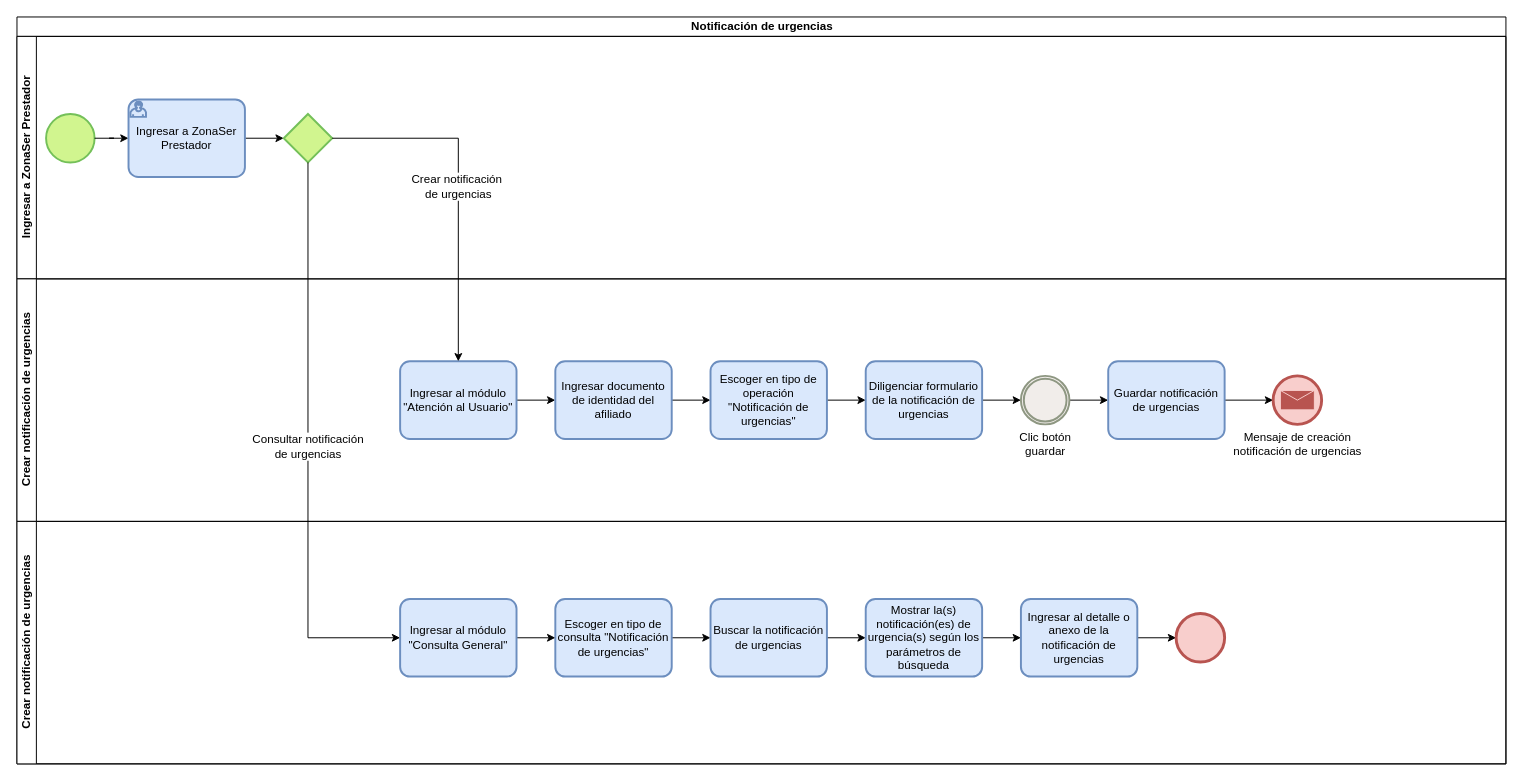
Earlier version of the draw.io diagram Notificacion_urgencias.drawio (kevinjporto/Diagramas-de-procesos). Source tidied: cells renumbered, new cells numbered last; positions are measured from the earlier drawing's top-left corner, leaving out a move shared by most shapes. Both pictures are drawn from the tidied source at 97%, with x=0, y=0 at pixel (16, 16).
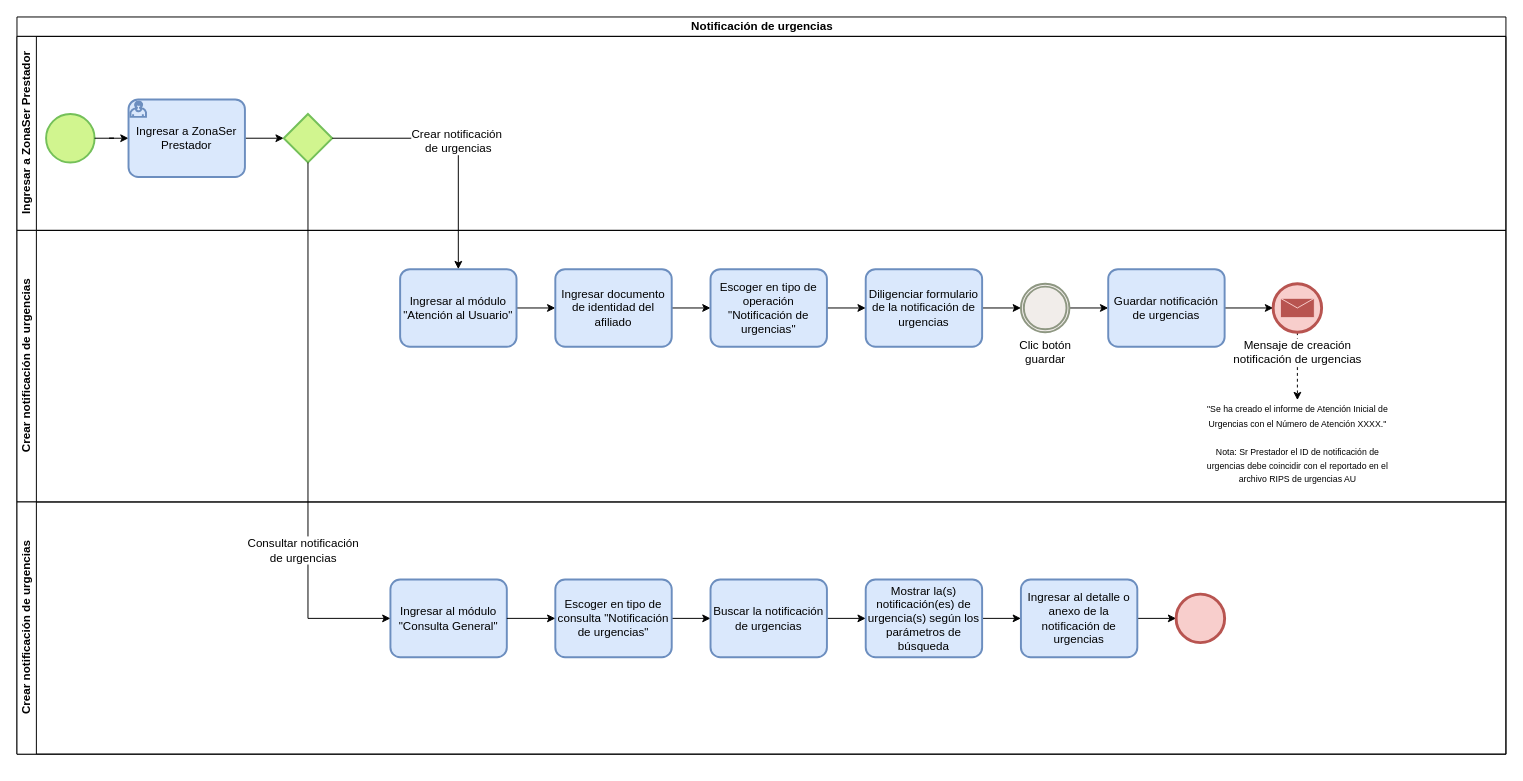
The same page after the edit.

The change refers to these unchanged cells:
```xml
<mxCell id="8" style="points=[[0.25,0.25,0],[0.5,0,0],[0.75,0.25,0],[1,0.5,0],[0.75,0.75,0],[0.5,1,0],[0.25,0.75,0],[0,0.5,0]];shape=mxgraph.bpmn.gateway2;html=1;verticalLabelPosition=bottom;labelBackgroundColor=#ffffff;verticalAlign=top;align=center;perimeter=rhombusPerimeter;outlineConnect=0;outline=none;symbol=none;strokeColor=#74c059;fontFamily=Helvetica;fontSize=12;fontColor=default;fillColor=#d1f58f;strokeWidth=2;" parent="3" vertex="1">
  <mxGeometry x="275" y="80" width="50" height="50" as="geometry" />
</mxCell>
<mxCell id="26" value="Escoger en tipo de consulta &quot;Notificación de urgencias&quot;" style="points=[[0.25,0,0],[0.5,0,0],[0.75,0,0],[1,0.25,0],[1,0.5,0],[1,0.75,0],[0.75,1,0],[0.5,1,0],[0.25,1,0],[0,0.75,0],[0,0.5,0],[0,0.25,0]];shape=mxgraph.bpmn.task;whiteSpace=wrap;rectStyle=rounded;size=10;html=1;taskMarker=abstract;labelBackgroundColor=none;strokeColor=#6c8ebf;fontFamily=Helvetica;fontSize=12;fontColor=default;fillColor=#dae8fc;strokeWidth=2;" parent="24" vertex="1">
  <mxGeometry x="555" y="80" width="120" height="80" as="geometry" />
</mxCell>
```

Change to the diagram source:
```diff
@@
     <mxCell id="2" value="Notificación de urgencias" style="swimlane;horizontal=1;startSize=20;html=1;" parent="1" vertex="1">
-      <mxGeometry width="1535" height="770" as="geometry" />
+      <mxGeometry width="1535" height="760" as="geometry" />
     </mxCell>
     <mxCell id="3" value="Ingresar a ZonaSer Prestador" style="swimlane;startSize=20;horizontal=0;html=1;" parent="2" vertex="1">
-      <mxGeometry y="20" width="1535" height="250" as="geometry" />
+      <mxGeometry y="20" width="1535" height="200" as="geometry" />
     </mxCell>
@@
     <mxCell id="9" value="Crear notificación de urgencias" style="swimlane;startSize=20;horizontal=0;html=1;" parent="2" vertex="1">
-      <mxGeometry y="270" width="1535" height="250" as="geometry" />
+      <mxGeometry y="220" width="1535" height="280" as="geometry" />
     </mxCell>
@@
     <mxCell id="11" value="Ingresar al módulo &quot;Atención al Usuario&quot;" style="points=[[0.25,0,0],[0.5,0,0],[0.75,0,0],[1,0.25,0],[1,0.5,0],[1,0.75,0],[0.75,1,0],[0.5,1,0],[0.25,1,0],[0,0.75,0],[0,0.5,0],[0,0.25,0]];shape=mxgraph.bpmn.task;whiteSpace=wrap;rectStyle=rounded;size=10;html=1;taskMarker=abstract;labelBackgroundColor=none;strokeColor=#6c8ebf;fontFamily=Helvetica;fontSize=12;fontColor=default;fillColor=#dae8fc;strokeWidth=2;" parent="9" vertex="1">
-      <mxGeometry x="395" y="85" width="120" height="80" as="geometry" />
+      <mxGeometry x="395" y="40" width="120" height="80" as="geometry" />
     </mxCell>
@@
     <mxCell id="13" value="Ingresar documento de identidad del afiliado" style="points=[[0.25,0,0],[0.5,0,0],[0.75,0,0],[1,0.25,0],[1,0.5,0],[1,0.75,0],[0.75,1,0],[0.5,1,0],[0.25,1,0],[0,0.75,0],[0,0.5,0],[0,0.25,0]];shape=mxgraph.bpmn.task;whiteSpace=wrap;rectStyle=rounded;size=10;html=1;taskMarker=abstract;labelBackgroundColor=none;strokeColor=#6c8ebf;fontFamily=Helvetica;fontSize=12;fontColor=default;fillColor=#dae8fc;strokeWidth=2;" parent="9" vertex="1">
-      <mxGeometry x="555" y="85" width="120" height="80" as="geometry" />
+      <mxGeometry x="555" y="40" width="120" height="80" as="geometry" />
     </mxCell>
@@
     <mxCell id="15" value="Escoger en tipo de operación &quot;Notificación de urgencias&quot;" style="points=[[0.25,0,0],[0.5,0,0],[0.75,0,0],[1,0.25,0],[1,0.5,0],[1,0.75,0],[0.75,1,0],[0.5,1,0],[0.25,1,0],[0,0.75,0],[0,0.5,0],[0,0.25,0]];shape=mxgraph.bpmn.task;whiteSpace=wrap;rectStyle=rounded;size=10;html=1;taskMarker=abstract;labelBackgroundColor=none;strokeColor=#6c8ebf;fontFamily=Helvetica;fontSize=12;fontColor=default;fillColor=#dae8fc;strokeWidth=2;" parent="9" vertex="1">
-      <mxGeometry x="715" y="85" width="120" height="80" as="geometry" />
+      <mxGeometry x="715" y="40" width="120" height="80" as="geometry" />
     </mxCell>
@@
     <mxCell id="17" value="Diligenciar formulario de la notificación de urgencias" style="points=[[0.25,0,0],[0.5,0,0],[0.75,0,0],[1,0.25,0],[1,0.5,0],[1,0.75,0],[0.75,1,0],[0.5,1,0],[0.25,1,0],[0,0.75,0],[0,0.5,0],[0,0.25,0]];shape=mxgraph.bpmn.task;whiteSpace=wrap;rectStyle=rounded;size=10;html=1;taskMarker=abstract;labelBackgroundColor=none;strokeColor=#6c8ebf;fontFamily=Helvetica;fontSize=12;fontColor=default;fillColor=#dae8fc;strokeWidth=2;" parent="9" vertex="1">
-      <mxGeometry x="875" y="85" width="120" height="80" as="geometry" />
+      <mxGeometry x="875" y="40" width="120" height="80" as="geometry" />
     </mxCell>
@@
     <mxCell id="19" value="Clic botón&lt;br&gt;guardar" style="points=[[0.145,0.145,0],[0.5,0,0],[0.855,0.145,0],[1,0.5,0],[0.855,0.855,0],[0.5,1,0],[0.145,0.855,0],[0,0.5,0]];shape=mxgraph.bpmn.event;html=1;verticalLabelPosition=bottom;labelBackgroundColor=#ffffff;verticalAlign=top;align=center;perimeter=ellipsePerimeter;outlineConnect=0;outline=throwing;symbol=general;strokeColor=#8e9782;fontFamily=Helvetica;fontSize=12;fontColor=default;fillColor=#f1edea;strokeWidth=2;" parent="9" vertex="1">
-      <mxGeometry x="1035" y="100" width="50" height="50" as="geometry" />
+      <mxGeometry x="1035" y="55" width="50" height="50" as="geometry" />
     </mxCell>
@@
     <mxCell id="21" value="Guardar notificación de urgencias" style="points=[[0.25,0,0],[0.5,0,0],[0.75,0,0],[1,0.25,0],[1,0.5,0],[1,0.75,0],[0.75,1,0],[0.5,1,0],[0.25,1,0],[0,0.75,0],[0,0.5,0],[0,0.25,0]];shape=mxgraph.bpmn.task;whiteSpace=wrap;rectStyle=rounded;size=10;html=1;taskMarker=abstract;labelBackgroundColor=none;strokeColor=#6c8ebf;fontFamily=Helvetica;fontSize=12;fontColor=default;fillColor=#dae8fc;strokeWidth=2;" parent="9" vertex="1">
-      <mxGeometry x="1125" y="85" width="120" height="80" as="geometry" />
+      <mxGeometry x="1125" y="40" width="120" height="80" as="geometry" />
     </mxCell>
+    <mxCell id="37" style="edgeStyle=orthogonalEdgeStyle;rounded=0;jettySize=auto;html=1;fontFamily=Helvetica;fontSize=12;fontColor=default;dashed=1;entryX=0.5;entryY=0;entryDx=0;entryDy=0;" parent="9" edge="1" source="22" target="38">
+      <mxGeometry relative="1" as="geometry" />
+    </mxCell>
     <mxCell id="22" value="Mensaje de creación&lt;br&gt;notificación de urgencias" style="points=[[0.145,0.145,0],[0.5,0,0],[0.855,0.145,0],[1,0.5,0],[0.855,0.855,0],[0.5,1,0],[0.145,0.855,0],[0,0.5,0]];shape=mxgraph.bpmn.event;html=1;verticalLabelPosition=bottom;labelBackgroundColor=#ffffff;verticalAlign=top;align=center;perimeter=ellipsePerimeter;outlineConnect=0;outline=end;symbol=message;strokeColor=#b85450;fontFamily=Helvetica;fontSize=12;fillColor=#f8cecc;" parent="9" vertex="1">
-      <mxGeometry x="1295" y="100" width="50" height="50" as="geometry" />
+      <mxGeometry x="1295" y="55" width="50" height="50" as="geometry" />
     </mxCell>
+    <mxCell id="38" value="&lt;font style=&quot;font-size: 9px;&quot;&gt;&quot;Se ha creado el informe de Atención Inicial de Urgencias con el Número de Atención XXXX.&quot;&lt;br&gt;&lt;br&gt;Nota: Sr Prestador el ID de notificación de urgencias debe coincidir con el reportado en el archivo RIPS de urgencias AU&lt;/font&gt;" style="text;html=1;strokeColor=none;fillColor=none;align=center;verticalAlign=middle;whiteSpace=wrap;rounded=0;fontSize=12;fontFamily=Helvetica;fontColor=default;" parent="9" vertex="1">
+      <mxGeometry x="1218.8" y="175" width="202.5" height="90" as="geometry" />
+    </mxCell>
@@
     <mxCell id="24" value="Crear notificación de urgencias" style="swimlane;startSize=20;horizontal=0;html=1;" parent="2" vertex="1">
-      <mxGeometry y="520" width="1535" height="250" as="geometry" />
+      <mxGeometry y="500" width="1535" height="260" as="geometry" />
     </mxCell>
@@
+    <mxCell id="35" value="Ingresar al módulo &quot;Consulta General&quot;" style="points=[[0.25,0,0],[0.5,0,0],[0.75,0,0],[1,0.25,0],[1,0.5,0],[1,0.75,0],[0.75,1,0],[0.5,1,0],[0.25,1,0],[0,0.75,0],[0,0.5,0],[0,0.25,0]];shape=mxgraph.bpmn.task;whiteSpace=wrap;rectStyle=rounded;size=10;html=1;taskMarker=abstract;labelBackgroundColor=none;strokeColor=#6c8ebf;fontFamily=Helvetica;fontSize=12;fontColor=default;fillColor=#dae8fc;strokeWidth=2;" parent="24" vertex="1">
+      <mxGeometry x="385" y="80" width="120" height="80" as="geometry" />
+    </mxCell>
-    <mxCell id="34" style="edgeStyle=orthogonalEdgeStyle;rounded=0;jettySize=auto;html=1;fontFamily=Helvetica;fontSize=12;fontColor=default;" parent="1" edge="1" source="35" target="26">
+    <mxCell id="34" style="edgeStyle=orthogonalEdgeStyle;rounded=0;jettySize=auto;html=1;fontFamily=Helvetica;fontSize=12;fontColor=default;" parent="24" edge="1" source="35" target="26">
       <mxGeometry relative="1" as="geometry" />
     </mxCell>
-    <mxCell id="35" value="Ingresar al módulo &quot;Consulta General&quot;" style="points=[[0.25,0,0],[0.5,0,0],[0.75,0,0],[1,0.25,0],[1,0.5,0],[1,0.75,0],[0.75,1,0],[0.5,1,0],[0.25,1,0],[0,0.75,0],[0,0.5,0],[0,0.25,0]];shape=mxgraph.bpmn.task;whiteSpace=wrap;rectStyle=rounded;size=10;html=1;taskMarker=abstract;labelBackgroundColor=none;strokeColor=#6c8ebf;fontFamily=Helvetica;fontSize=12;fontColor=default;fillColor=#dae8fc;strokeWidth=2;" parent="1" vertex="1">
-      <mxGeometry x="395" y="600" width="120" height="80" as="geometry" />
-    </mxCell>
-    <mxCell id="36" value="Consultar notificación&lt;br&gt;de urgencias" style="edgeStyle=orthogonalEdgeStyle;rounded=0;jettySize=auto;html=1;fontFamily=Helvetica;fontSize=12;fontColor=default;entryX=0;entryY=0.5;entryDx=0;entryDy=0;entryPerimeter=0;" parent="1" edge="1" source="8" target="35">
-      <mxGeometry relative="1" as="geometry">
+    <mxCell id="36" value="Consultar notificación&lt;br&gt;de urgencias" style="edgeStyle=orthogonalEdgeStyle;rounded=0;jettySize=auto;html=1;fontFamily=Helvetica;fontSize=12;fontColor=default;entryX=0;entryY=0.5;entryDx=0;entryDy=0;entryPerimeter=0;" parent="2" edge="1" source="8" target="35">
+      <mxGeometry x="0.44" y="-5" relative="1" as="geometry">
         <Array as="points">
-          <mxPoint x="300" y="640" />
+          <mxPoint x="300" y="620" />
         </Array>
       </mxGeometry>
     </mxCell>
```
